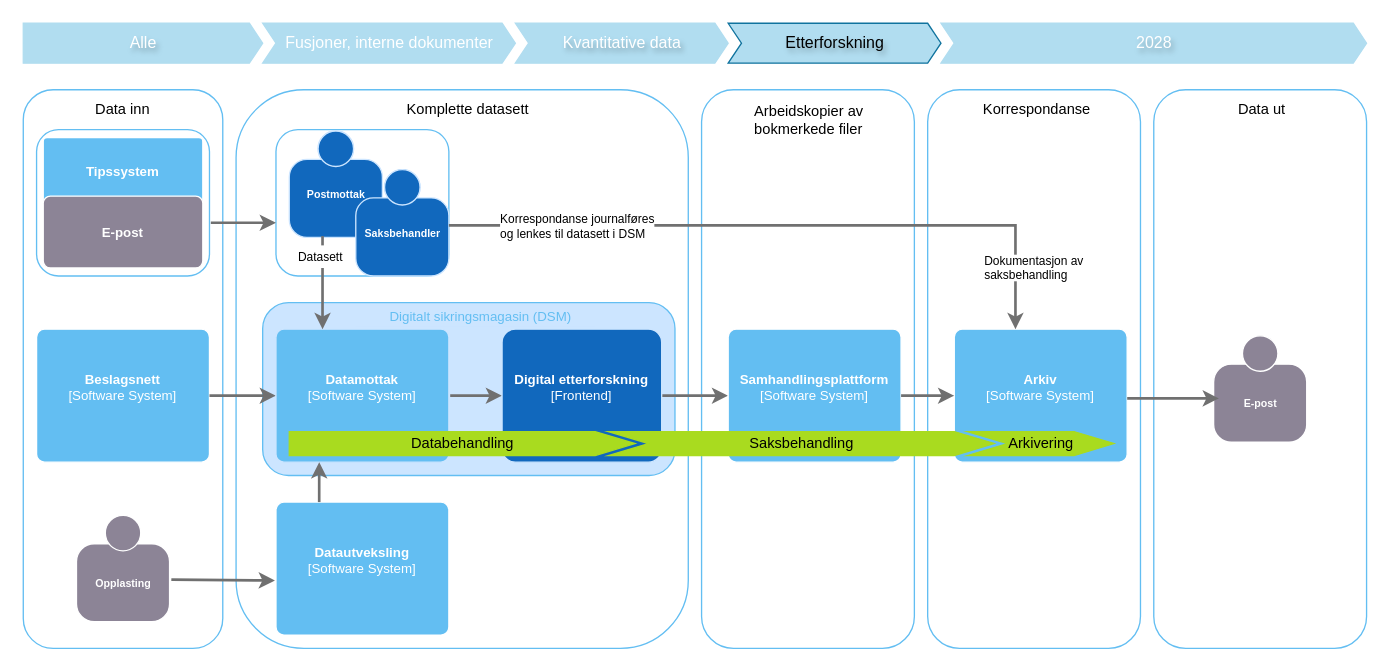
Earlier version of the draw.io diagram page "2026 Etterforskning" (5 of 9) of dataflyt.drawio (mortenee/draw.io). Source tidied: cells renumbered, new cells numbered last; positions are measured from the earlier drawing's top-left corner, leaving out a move shared by most shapes. Both pictures are drawn from the tidied source at 133%, with x=0, y=0 at pixel (23, 23).
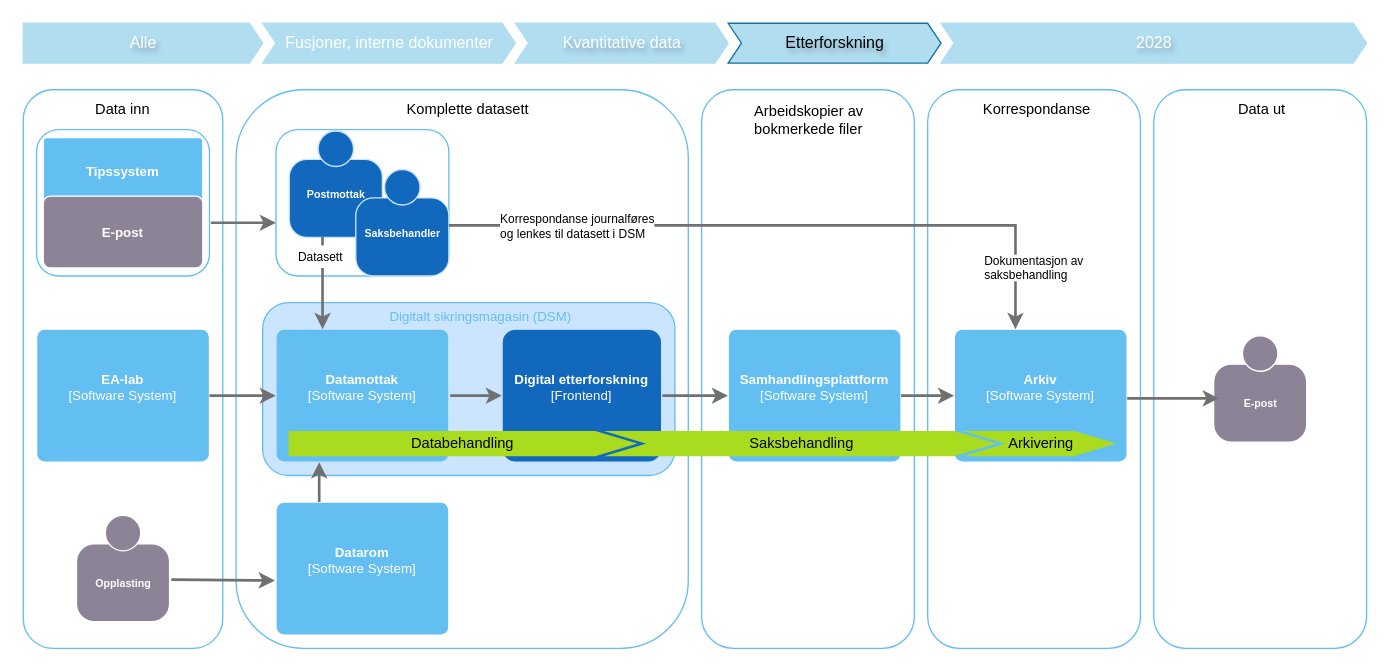
After the change.

Diff of the diagram source:
```diff
@@
-    <object id="3" label="&lt;font&gt;&lt;b&gt;%c4Name%&lt;/b&gt;&lt;/font&gt;&lt;div&gt;[%c4Type%]&lt;/div&gt;&lt;br&gt;&lt;div&gt;&lt;font&gt;&lt;font color=&quot;#cccccc&quot;&gt;%c4Description%&lt;/font&gt;&lt;/font&gt;&lt;/div&gt;" c4Description="" c4Name="Beslagsnett" c4Type="Software System" placeholders="1">
+    <object id="3" label="&lt;font&gt;&lt;b&gt;%c4Name%&lt;/b&gt;&lt;/font&gt;&lt;div&gt;[%c4Type%]&lt;/div&gt;&lt;br&gt;&lt;div&gt;&lt;font&gt;&lt;font color=&quot;#cccccc&quot;&gt;%c4Description%&lt;/font&gt;&lt;/font&gt;&lt;/div&gt;" c4Description="" c4Name="EA-lab" c4Type="Software System" placeholders="1">
       <mxCell style="rounded=1;whiteSpace=wrap;html=1;labelBackgroundColor=none;fillColor=#63BEF2;fontColor=#ffffff;align=center;arcSize=6;strokeColor=#FFFFFF;points=[[0.25,0,0],[0.5,0,0],[0.75,0,0],[1,0.25,0],[1,0.5,0],[1,0.75,0],[0.75,1,0],[0.5,1,0],[0.25,1,0],[0,0.75,0],[0,0.5,0],[0,0.25,0]];spacingBottom=0;fontSize=10;verticalAlign=middle;fontFamily=Helvetica;" parent="1" vertex="1">
         <mxGeometry x="10" y="230" width="130" height="100" as="geometry" />
       </mxCell>
     </object>
@@
-    <object id="33" label="&lt;b&gt;%c4Name%&lt;/b&gt;&lt;div&gt;[%c4Type%]&lt;/div&gt;&lt;br&gt;&lt;div&gt;%c4Description%&lt;/div&gt;" c4Description="" c4Name="Datautveksling" c4Type="Software System" placeholders="1">
+    <object id="33" label="&lt;b&gt;%c4Name%&lt;/b&gt;&lt;div&gt;[%c4Type%]&lt;/div&gt;&lt;br&gt;&lt;div&gt;%c4Description%&lt;/div&gt;" c4Description="" c4Name="Datarom" c4Type="Software System" placeholders="1">
       <mxCell style="rounded=1;whiteSpace=wrap;html=1;labelBackgroundColor=none;fillColor=#63BEF2;align=center;arcSize=6;strokeColor=#FFFFFF;metaData={&quot;c4Type&quot;:{&quot;editable&quot;:false}};points=[[0.25,0,0],[0.5,0,0],[0.75,0,0],[1,0.25,0],[1,0.5,0],[1,0.75,0],[0.75,1,0],[0.5,1,0],[0.25,1,0],[0,0.75,0],[0,0.5,0],[0,0.25,0]];verticalAlign=middle;fontFamily=Helvetica;fontSize=10;fontColor=#ffffff;" parent="1" vertex="1">
         <mxGeometry x="190" y="360" width="130" height="100" as="geometry" />
       </mxCell>
     </object>
```
